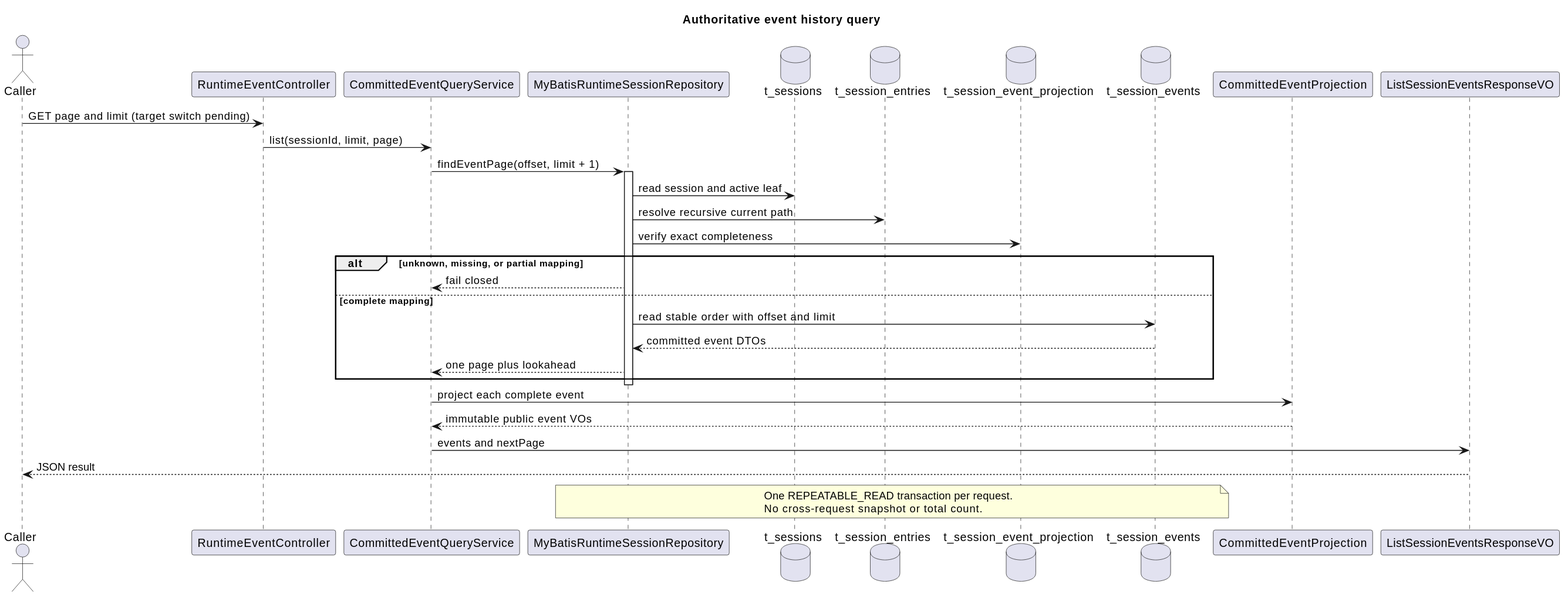
This is docs/designs/runtime-event-history-v2/query_pipeline.svg from 2862282695gjh-afk/pi-mono-java, a PlantUML export, as it was before one commit.
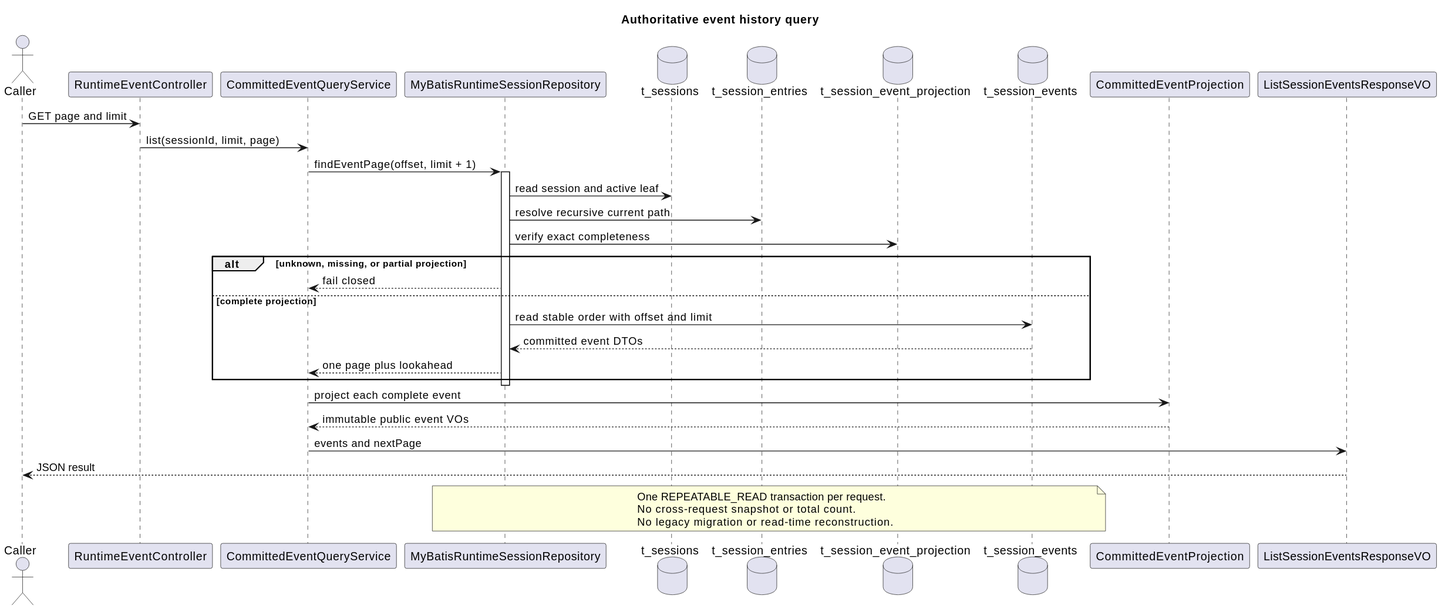
The same file after the commit.

The edit, as a diff of the source:
```diff
@@ -11,16 +11,16 @@
 participant CommittedEventProjection
 participant ListSessionEventsResponseVO
 
-Caller -> RuntimeEventController : GET page and limit (target switch pending)
+Caller -> RuntimeEventController : GET page and limit
 RuntimeEventController -> CommittedEventQueryService : list(sessionId, limit, page)
 CommittedEventQueryService -> MyBatisRuntimeSessionRepository : findEventPage(offset, limit + 1)
 activate MyBatisRuntimeSessionRepository
 MyBatisRuntimeSessionRepository -> t_sessions : read session and active leaf
 MyBatisRuntimeSessionRepository -> t_session_entries : resolve recursive current path
 MyBatisRuntimeSessionRepository -> t_session_event_projection : verify exact completeness
-alt unknown, missing, or partial mapping
+alt unknown, missing, or partial projection
   MyBatisRuntimeSessionRepository --> CommittedEventQueryService : fail closed
-else complete mapping
+else complete projection
   MyBatisRuntimeSessionRepository -> t_session_events : read stable order with offset and limit
   t_session_events --> MyBatisRuntimeSessionRepository : committed event DTOs
   MyBatisRuntimeSessionRepository --> CommittedEventQueryService : one page plus lookahead
@@ -34,5 +34,6 @@
 note over MyBatisRuntimeSessionRepository,t_session_events
   One REPEATABLE_READ transaction per request.
   No cross-request snapshot or total count.
+  No legacy migration or read-time reconstruction.
 end note
 @enduml
```
